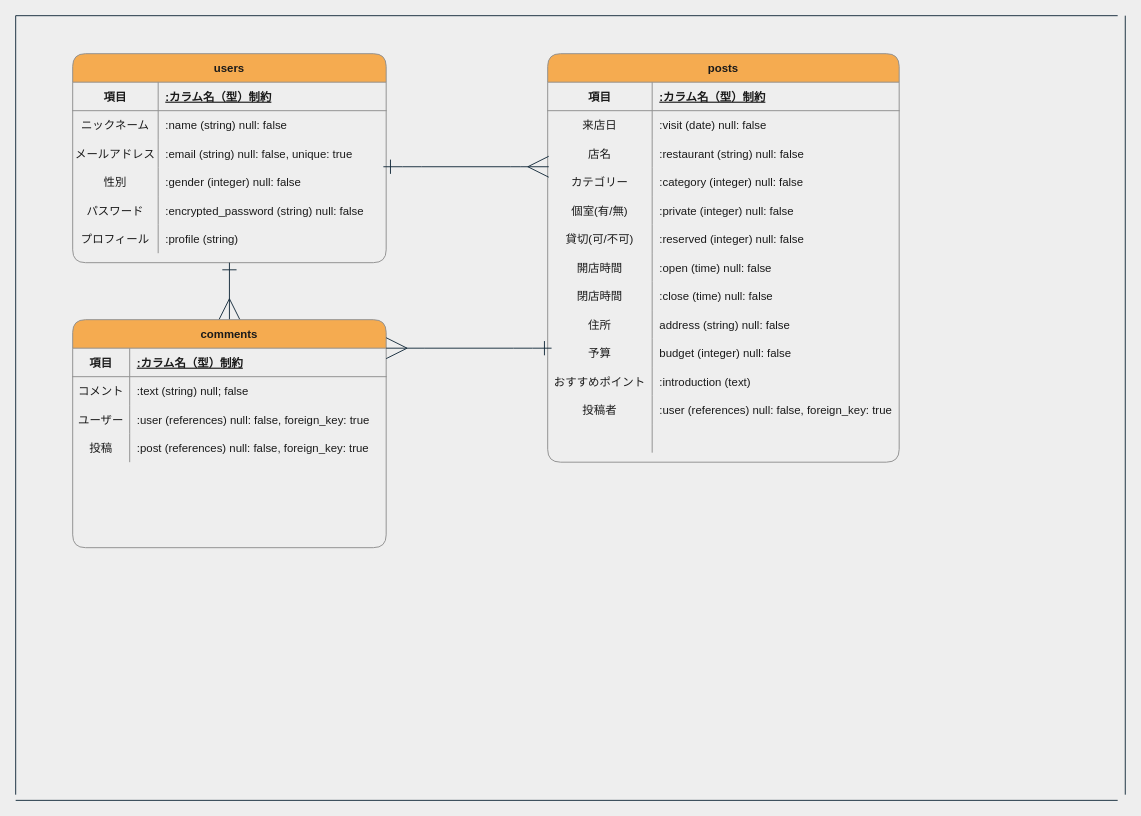
Earlier version of the draw.io diagram flrp_s_ER.dio (d1-s/FLRP_S). Source tidied: cells renumbered, new cells numbered last; positions are measured from the earlier drawing's top-left corner, leaving out a move shared by most shapes. Both pictures are drawn from the tidied source at 95%, with x=0, y=0 at pixel (15, 15).
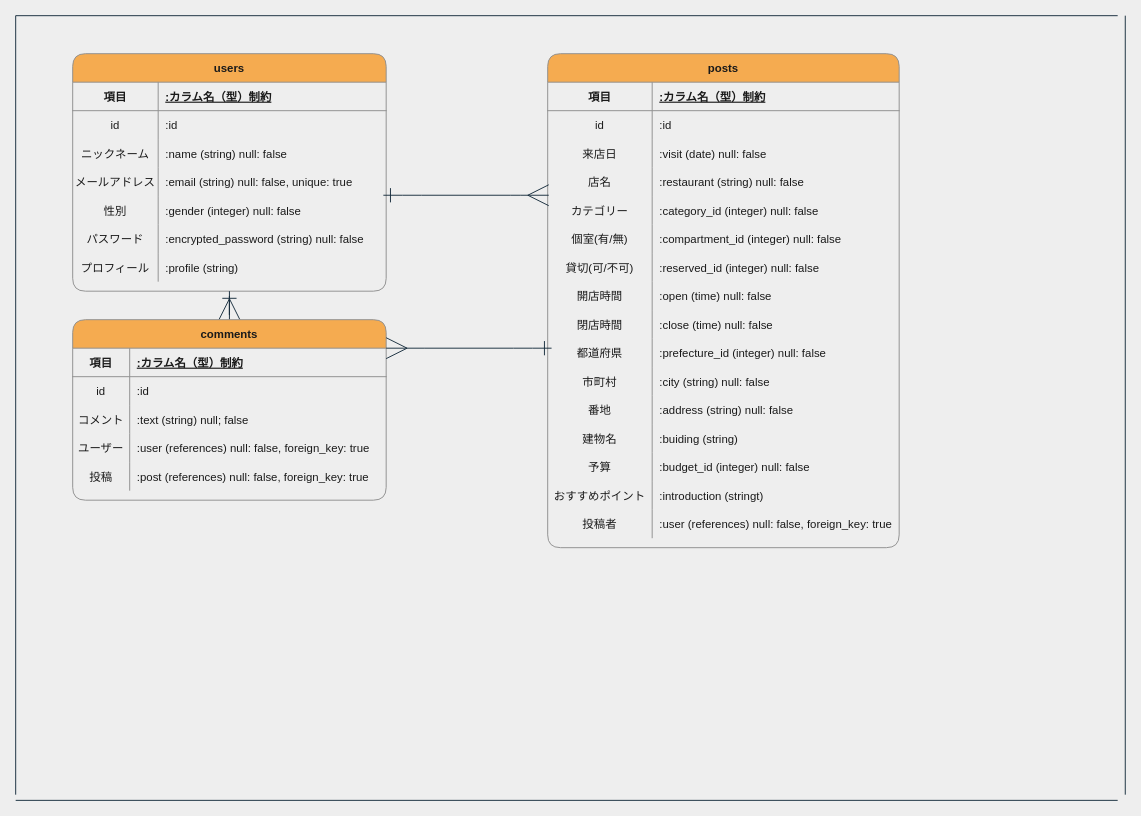
Above is the later version.

The edit, as a diff of the source:
```diff
@@
     <mxCell id="2" value="users" style="shape=table;startSize=30;childLayout=tableLayout;rowLines=0;fontStyle=1;align=center;fillColor=#F5AB50;strokeColor=#909090;fontColor=#1A1A1A;rounded=1;" parent="1" vertex="1">
-      <mxGeometry x="60" y="40" width="330" height="220" as="geometry" />
+      <mxGeometry x="60" y="40" width="330" height="250" as="geometry" />
     </mxCell>
@@
+    <mxCell id="81" style="shape=partialRectangle;fillColor=none;top=0;left=0;bottom=0;right=0;strokeColor=#909090;fontColor=#1A1A1A;" parent="2" vertex="1">
+      <mxGeometry y="60" width="330" height="30" as="geometry" />
+    </mxCell>
+    <mxCell id="82" value="id" style="shape=partialRectangle;fillColor=none;top=0;left=0;bottom=0;right=0;overflow=hidden;strokeColor=#909090;fontColor=#1A1A1A;" parent="81" vertex="1">
+      <mxGeometry width="90" height="30" as="geometry" />
+    </mxCell>
+    <mxCell id="83" value=":id" style="shape=partialRectangle;fillColor=none;top=0;left=0;bottom=0;right=0;align=left;spacingLeft=6;overflow=hidden;strokeColor=#909090;fontColor=#1A1A1A;" parent="81" vertex="1">
+      <mxGeometry x="90" width="240" height="30" as="geometry" />
+    </mxCell>
     <mxCell id="6" style="shape=partialRectangle;fillColor=none;top=0;left=0;bottom=0;right=0;strokeColor=#909090;fontColor=#1A1A1A;" parent="2" vertex="1">
-      <mxGeometry y="60" width="330" height="30" as="geometry" />
+      <mxGeometry y="90" width="330" height="30" as="geometry" />
     </mxCell>
@@
     <mxCell id="9" style="shape=partialRectangle;fillColor=none;top=0;left=0;bottom=0;right=0;strokeColor=#909090;fontColor=#1A1A1A;" parent="2" vertex="1">
-      <mxGeometry y="90" width="330" height="30" as="geometry" />
+      <mxGeometry y="120" width="330" height="30" as="geometry" />
     </mxCell>
@@
     <mxCell id="12" style="shape=partialRectangle;fillColor=none;top=0;left=0;bottom=0;right=0;points=[[0,0.5],[1,0.5]];portConstraint=eastwest;strokeColor=#909090;fontColor=#1A1A1A;" parent="2" vertex="1">
-      <mxGeometry y="120" width="330" height="30" as="geometry" />
+      <mxGeometry y="150" width="330" height="30" as="geometry" />
     </mxCell>
@@
     <mxCell id="15" style="shape=partialRectangle;fillColor=none;top=0;left=0;bottom=0;right=0;strokeColor=#909090;fontColor=#1A1A1A;" parent="2" vertex="1">
-      <mxGeometry y="150" width="330" height="30" as="geometry" />
+      <mxGeometry y="180" width="330" height="30" as="geometry" />
     </mxCell>
@@
     <mxCell id="18" style="shape=partialRectangle;fillColor=none;top=0;left=0;bottom=0;right=0;strokeColor=#909090;fontColor=#1A1A1A;" parent="2" vertex="1">
-      <mxGeometry y="180" width="330" height="30" as="geometry" />
+      <mxGeometry y="210" width="330" height="30" as="geometry" />
     </mxCell>
@@
     <mxCell id="25" value="posts" style="shape=table;startSize=30;childLayout=tableLayout;rowLines=0;fontStyle=1;align=center;fillColor=#F5AB50;strokeColor=#909090;fontColor=#1A1A1A;rounded=1;" parent="1" vertex="1">
-      <mxGeometry x="560" y="40" width="370" height="430" as="geometry" />
+      <mxGeometry x="560" y="40" width="370" height="520" as="geometry" />
     </mxCell>
@@
+    <mxCell id="84" style="shape=partialRectangle;fillColor=none;top=0;left=0;bottom=0;right=0;strokeColor=#909090;fontColor=#1A1A1A;" parent="25" vertex="1">
+      <mxGeometry y="60" width="370" height="30" as="geometry" />
+    </mxCell>
+    <mxCell id="85" value="id" style="shape=partialRectangle;fillColor=none;top=0;left=0;bottom=0;right=0;overflow=hidden;strokeColor=#909090;fontColor=#1A1A1A;" parent="84" vertex="1">
+      <mxGeometry width="110" height="30" as="geometry" />
+    </mxCell>
+    <mxCell id="86" value=":id" style="shape=partialRectangle;fillColor=none;top=0;left=0;bottom=0;right=0;align=left;spacingLeft=6;overflow=hidden;strokeColor=#909090;fontColor=#1A1A1A;" parent="84" vertex="1">
+      <mxGeometry x="110" width="260" height="30" as="geometry" />
+    </mxCell>
     <mxCell id="29" style="shape=partialRectangle;fillColor=none;top=0;left=0;bottom=0;right=0;strokeColor=#909090;fontColor=#1A1A1A;" parent="25" vertex="1">
-      <mxGeometry y="60" width="370" height="30" as="geometry" />
+      <mxGeometry y="90" width="370" height="30" as="geometry" />
     </mxCell>
@@
     <mxCell id="32" style="shape=partialRectangle;fillColor=none;top=0;left=0;bottom=0;right=0;points=[[0,0.5],[1,0.5]];portConstraint=eastwest;strokeColor=#909090;fontColor=#1A1A1A;" parent="25" vertex="1">
-      <mxGeometry y="90" width="370" height="30" as="geometry" />
+      <mxGeometry y="120" width="370" height="30" as="geometry" />
     </mxCell>
@@
     <mxCell id="35" style="shape=partialRectangle;fillColor=none;top=0;left=0;bottom=0;right=0;strokeColor=#909090;fontColor=#1A1A1A;" parent="25" vertex="1">
-      <mxGeometry y="120" width="370" height="30" as="geometry" />
+      <mxGeometry y="150" width="370" height="30" as="geometry" />
     </mxCell>
@@
-    <mxCell id="37" value=":category (integer) null: false" style="shape=partialRectangle;fillColor=none;top=0;left=0;bottom=0;right=0;align=left;spacingLeft=6;overflow=hidden;strokeColor=#909090;fontColor=#1A1A1A;" parent="35" vertex="1">
+    <mxCell id="37" value=":category_id (integer) null: false" style="shape=partialRectangle;fillColor=none;top=0;left=0;bottom=0;right=0;align=left;spacingLeft=6;overflow=hidden;strokeColor=#909090;fontColor=#1A1A1A;" parent="35" vertex="1">
       <mxGeometry x="110" width="260" height="30" as="geometry" />
     </mxCell>
     <mxCell id="38" style="shape=partialRectangle;fillColor=none;top=0;left=0;bottom=0;right=0;strokeColor=#909090;fontColor=#1A1A1A;" parent="25" vertex="1">
-      <mxGeometry y="150" width="370" height="30" as="geometry" />
+      <mxGeometry y="180" width="370" height="30" as="geometry" />
     </mxCell>
@@
-    <mxCell id="40" value=":private (integer) null: false" style="shape=partialRectangle;fillColor=none;top=0;left=0;bottom=0;right=0;align=left;spacingLeft=6;overflow=hidden;strokeColor=#909090;fontColor=#1A1A1A;" parent="38" vertex="1">
+    <mxCell id="40" value=":compartment_id (integer) null: false" style="shape=partialRectangle;fillColor=none;top=0;left=0;bottom=0;right=0;align=left;spacingLeft=6;overflow=hidden;strokeColor=#909090;fontColor=#1A1A1A;" parent="38" vertex="1">
       <mxGeometry x="110" width="260" height="30" as="geometry" />
     </mxCell>
     <mxCell id="41" style="shape=partialRectangle;fillColor=none;top=0;left=0;bottom=0;right=0;strokeColor=#909090;fontColor=#1A1A1A;" parent="25" vertex="1">
-      <mxGeometry y="180" width="370" height="30" as="geometry" />
+      <mxGeometry y="210" width="370" height="30" as="geometry" />
     </mxCell>
@@
-    <mxCell id="43" value=":reserved (integer) null: false" style="shape=partialRectangle;fillColor=none;top=0;left=0;bottom=0;right=0;align=left;spacingLeft=6;overflow=hidden;strokeColor=#909090;fontColor=#1A1A1A;" parent="41" vertex="1">
+    <mxCell id="43" value=":reserved_id (integer) null: false" style="shape=partialRectangle;fillColor=none;top=0;left=0;bottom=0;right=0;align=left;spacingLeft=6;overflow=hidden;strokeColor=#909090;fontColor=#1A1A1A;" parent="41" vertex="1">
       <mxGeometry x="110" width="260" height="30" as="geometry" />
     </mxCell>
     <mxCell id="44" style="shape=partialRectangle;fillColor=none;top=0;left=0;bottom=0;right=0;strokeColor=#909090;fontColor=#1A1A1A;" parent="25" vertex="1">
-      <mxGeometry y="210" width="370" height="30" as="geometry" />
+      <mxGeometry y="240" width="370" height="30" as="geometry" />
     </mxCell>
@@
     <mxCell id="47" style="shape=partialRectangle;fillColor=none;top=0;left=0;bottom=0;right=0;strokeColor=#909090;fontColor=#1A1A1A;" parent="25" vertex="1">
-      <mxGeometry y="240" width="370" height="30" as="geometry" />
+      <mxGeometry y="270" width="370" height="30" as="geometry" />
     </mxCell>
@@
     <mxCell id="50" style="shape=partialRectangle;fillColor=none;top=0;left=0;bottom=0;right=0;strokeColor=#909090;fontColor=#1A1A1A;" parent="25" vertex="1">
-      <mxGeometry y="270" width="370" height="30" as="geometry" />
+      <mxGeometry y="300" width="370" height="30" as="geometry" />
     </mxCell>
-    <mxCell id="51" value="住所" style="shape=partialRectangle;fillColor=none;top=0;left=0;bottom=0;right=0;overflow=hidden;strokeColor=#909090;fontColor=#1A1A1A;" parent="50" vertex="1">
+    <mxCell id="51" value="都道府県" style="shape=partialRectangle;fillColor=none;top=0;left=0;bottom=0;right=0;overflow=hidden;strokeColor=#909090;fontColor=#1A1A1A;" parent="50" vertex="1">
       <mxGeometry width="110" height="30" as="geometry" />
     </mxCell>
-    <mxCell id="52" value="address (string) null: false" style="shape=partialRectangle;fillColor=none;top=0;left=0;bottom=0;right=0;align=left;spacingLeft=6;overflow=hidden;strokeColor=#909090;fontColor=#1A1A1A;" parent="50" vertex="1">
+    <mxCell id="52" value=":prefecture_id (integer) null: false" style="shape=partialRectangle;fillColor=none;top=0;left=0;bottom=0;right=0;align=left;spacingLeft=6;overflow=hidden;strokeColor=#909090;fontColor=#1A1A1A;" parent="50" vertex="1">
       <mxGeometry x="110" width="260" height="30" as="geometry" />
     </mxCell>
+    <mxCell id="87" style="shape=partialRectangle;fillColor=none;top=0;left=0;bottom=0;right=0;strokeColor=#909090;fontColor=#1A1A1A;" parent="25" vertex="1">
+      <mxGeometry y="330" width="370" height="30" as="geometry" />
+    </mxCell>
+    <mxCell id="88" value="市町村" style="shape=partialRectangle;fillColor=none;top=0;left=0;bottom=0;right=0;overflow=hidden;strokeColor=#909090;fontColor=#1A1A1A;" parent="87" vertex="1">
+      <mxGeometry width="110" height="30" as="geometry" />
+    </mxCell>
+    <mxCell id="89" value=":city (string) null: false" style="shape=partialRectangle;fillColor=none;top=0;left=0;bottom=0;right=0;align=left;spacingLeft=6;overflow=hidden;strokeColor=#909090;fontColor=#1A1A1A;" parent="87" vertex="1">
+      <mxGeometry x="110" width="260" height="30" as="geometry" />
+    </mxCell>
+    <mxCell id="90" style="shape=partialRectangle;fillColor=none;top=0;left=0;bottom=0;right=0;strokeColor=#909090;fontColor=#1A1A1A;" parent="25" vertex="1">
+      <mxGeometry y="360" width="370" height="30" as="geometry" />
+    </mxCell>
+    <mxCell id="91" value="番地" style="shape=partialRectangle;fillColor=none;top=0;left=0;bottom=0;right=0;overflow=hidden;strokeColor=#909090;fontColor=#1A1A1A;" parent="90" vertex="1">
+      <mxGeometry width="110" height="30" as="geometry" />
+    </mxCell>
+    <mxCell id="92" value=":address (string) null: false" style="shape=partialRectangle;fillColor=none;top=0;left=0;bottom=0;right=0;align=left;spacingLeft=6;overflow=hidden;strokeColor=#909090;fontColor=#1A1A1A;" parent="90" vertex="1">
+      <mxGeometry x="110" width="260" height="30" as="geometry" />
+    </mxCell>
+    <mxCell id="62" style="shape=partialRectangle;fillColor=none;top=0;left=0;bottom=0;right=0;strokeColor=#909090;fontColor=#1A1A1A;" parent="25" vertex="1">
+      <mxGeometry y="390" width="370" height="30" as="geometry" />
+    </mxCell>
+    <mxCell id="93" value="建物名" style="shape=partialRectangle;fillColor=none;top=0;left=0;bottom=0;right=0;overflow=hidden;strokeColor=#909090;fontColor=#1A1A1A;" parent="62" vertex="1">
+      <mxGeometry width="110" height="30" as="geometry" />
+    </mxCell>
+    <mxCell id="94" value=":buiding (string)" style="shape=partialRectangle;fillColor=none;top=0;left=0;bottom=0;right=0;align=left;spacingLeft=6;overflow=hidden;strokeColor=#909090;fontColor=#1A1A1A;" parent="62" vertex="1">
+      <mxGeometry x="110" width="260" height="30" as="geometry" />
+    </mxCell>
     <mxCell id="53" style="shape=partialRectangle;fillColor=none;top=0;left=0;bottom=0;right=0;strokeColor=#909090;fontColor=#1A1A1A;" parent="25" vertex="1">
-      <mxGeometry y="300" width="370" height="30" as="geometry" />
+      <mxGeometry y="420" width="370" height="30" as="geometry" />
     </mxCell>
@@
-    <mxCell id="55" value="budget (integer) null: false" style="shape=partialRectangle;fillColor=none;top=0;left=0;bottom=0;right=0;align=left;spacingLeft=6;overflow=hidden;strokeColor=#909090;fontColor=#1A1A1A;" parent="53" vertex="1">
+    <mxCell id="55" value=":budget_id (integer) null: false" style="shape=partialRectangle;fillColor=none;top=0;left=0;bottom=0;right=0;align=left;spacingLeft=6;overflow=hidden;strokeColor=#909090;fontColor=#1A1A1A;" parent="53" vertex="1">
       <mxGeometry x="110" width="260" height="30" as="geometry" />
     </mxCell>
     <mxCell id="56" style="shape=partialRectangle;fillColor=none;top=0;left=0;bottom=0;right=0;strokeColor=#909090;fontColor=#1A1A1A;" parent="25" vertex="1">
-      <mxGeometry y="330" width="370" height="30" as="geometry" />
+      <mxGeometry y="450" width="370" height="30" as="geometry" />
     </mxCell>
@@
-    <mxCell id="58" value=":introduction (text)" style="shape=partialRectangle;fillColor=none;top=0;left=0;bottom=0;right=0;align=left;spacingLeft=6;overflow=hidden;strokeColor=#909090;fontColor=#1A1A1A;" parent="56" vertex="1">
+    <mxCell id="58" value=":introduction (stringt)" style="shape=partialRectangle;fillColor=none;top=0;left=0;bottom=0;right=0;align=left;spacingLeft=6;overflow=hidden;strokeColor=#909090;fontColor=#1A1A1A;" parent="56" vertex="1">
       <mxGeometry x="110" width="260" height="30" as="geometry" />
     </mxCell>
     <mxCell id="59" style="shape=partialRectangle;fillColor=none;top=0;left=0;bottom=0;right=0;strokeColor=#909090;fontColor=#1A1A1A;" parent="25" vertex="1">
-      <mxGeometry y="360" width="370" height="30" as="geometry" />
+      <mxGeometry y="480" width="370" height="30" as="geometry" />
     </mxCell>
@@
-    <mxCell id="62" style="shape=partialRectangle;fillColor=none;top=0;left=0;bottom=0;right=0;strokeColor=#909090;fontColor=#1A1A1A;" parent="25" vertex="1">
-      <mxGeometry y="390" width="370" height="30" as="geometry" />
-    </mxCell>
-    <mxCell id="63" style="shape=partialRectangle;fillColor=none;top=0;left=0;bottom=0;right=0;overflow=hidden;strokeColor=#909090;fontColor=#1A1A1A;" parent="62" vertex="1">
-      <mxGeometry width="110" height="30" as="geometry" />
-    </mxCell>
-    <mxCell id="64" style="shape=partialRectangle;fillColor=none;top=0;left=0;bottom=0;right=0;align=left;spacingLeft=6;overflow=hidden;strokeColor=#909090;fontColor=#1A1A1A;" parent="62" vertex="1">
-      <mxGeometry x="110" width="260" height="30" as="geometry" />
-    </mxCell>
@@
     <mxCell id="67" value="comments" style="shape=table;startSize=30;childLayout=tableLayout;rowLines=0;fontStyle=1;align=center;rounded=1;sketch=0;fillColor=#F5AB50;strokeColor=#909090;fontColor=#1A1A1A;" parent="1" vertex="1">
-      <mxGeometry x="60" y="320" width="330" height="240" as="geometry" />
+      <mxGeometry x="60" y="320" width="330" height="190" as="geometry" />
     </mxCell>
@@
+    <mxCell id="95" style="shape=partialRectangle;fillColor=none;top=0;left=0;bottom=0;right=0;strokeColor=#909090;fontColor=#1A1A1A;" parent="67" vertex="1">
+      <mxGeometry y="60" width="330" height="30" as="geometry" />
+    </mxCell>
+    <mxCell id="96" value="id" style="shape=partialRectangle;fillColor=none;top=0;left=0;bottom=0;right=0;overflow=hidden;strokeColor=#909090;fontColor=#1A1A1A;" parent="95" vertex="1">
+      <mxGeometry width="60" height="30" as="geometry" />
+    </mxCell>
+    <mxCell id="97" value=":id" style="shape=partialRectangle;fillColor=none;top=0;left=0;bottom=0;right=0;align=left;spacingLeft=6;overflow=hidden;strokeColor=#909090;fontColor=#1A1A1A;" parent="95" vertex="1">
+      <mxGeometry x="60" width="270" height="30" as="geometry" />
+    </mxCell>
     <mxCell id="71" style="shape=partialRectangle;fillColor=none;top=0;left=0;bottom=0;right=0;strokeColor=#909090;fontColor=#1A1A1A;" parent="67" vertex="1">
-      <mxGeometry y="60" width="330" height="30" as="geometry" />
+      <mxGeometry y="90" width="330" height="30" as="geometry" />
     </mxCell>
@@
     <mxCell id="74" style="shape=partialRectangle;fillColor=none;top=0;left=0;bottom=0;right=0;strokeColor=#909090;fontColor=#1A1A1A;" parent="67" vertex="1">
-      <mxGeometry y="90" width="330" height="30" as="geometry" />
+      <mxGeometry y="120" width="330" height="30" as="geometry" />
     </mxCell>
@@
     <mxCell id="77" style="shape=partialRectangle;fillColor=none;top=0;left=0;bottom=0;right=0;strokeColor=#909090;fontColor=#1A1A1A;" parent="67" vertex="1">
-      <mxGeometry y="120" width="330" height="30" as="geometry" />
+      <mxGeometry y="150" width="330" height="30" as="geometry" />
     </mxCell>
```
